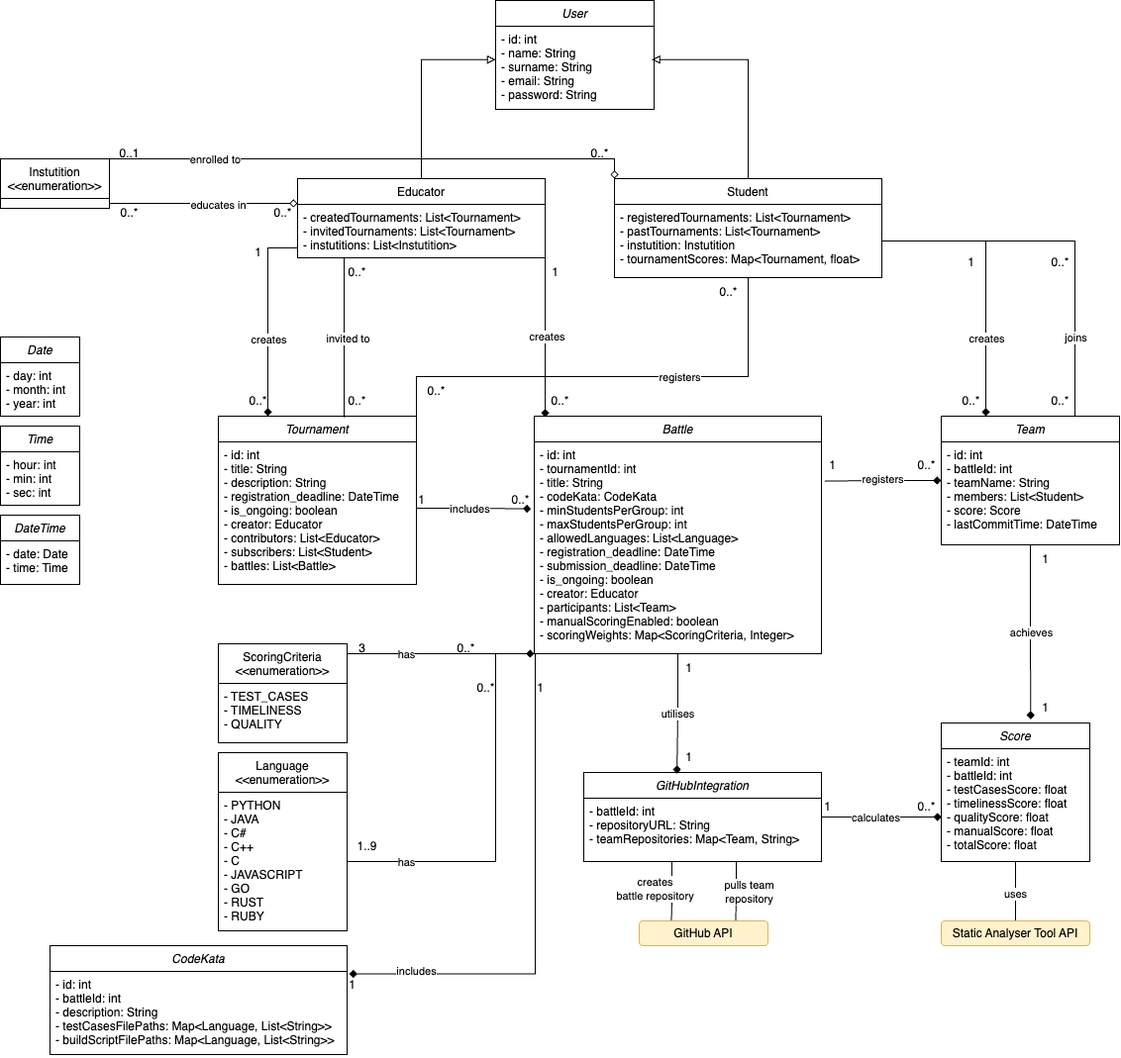
mehmetemreakbulut/AkbulutTopcuoglu keeps this draw.io diagram as RASD/Images/class-diagram.png. Above is the earlier version. Source tidied: cells renumbered, new cells last; positions are measured from the earlier drawing's top-left corner, leaving out a move shared by most shapes.
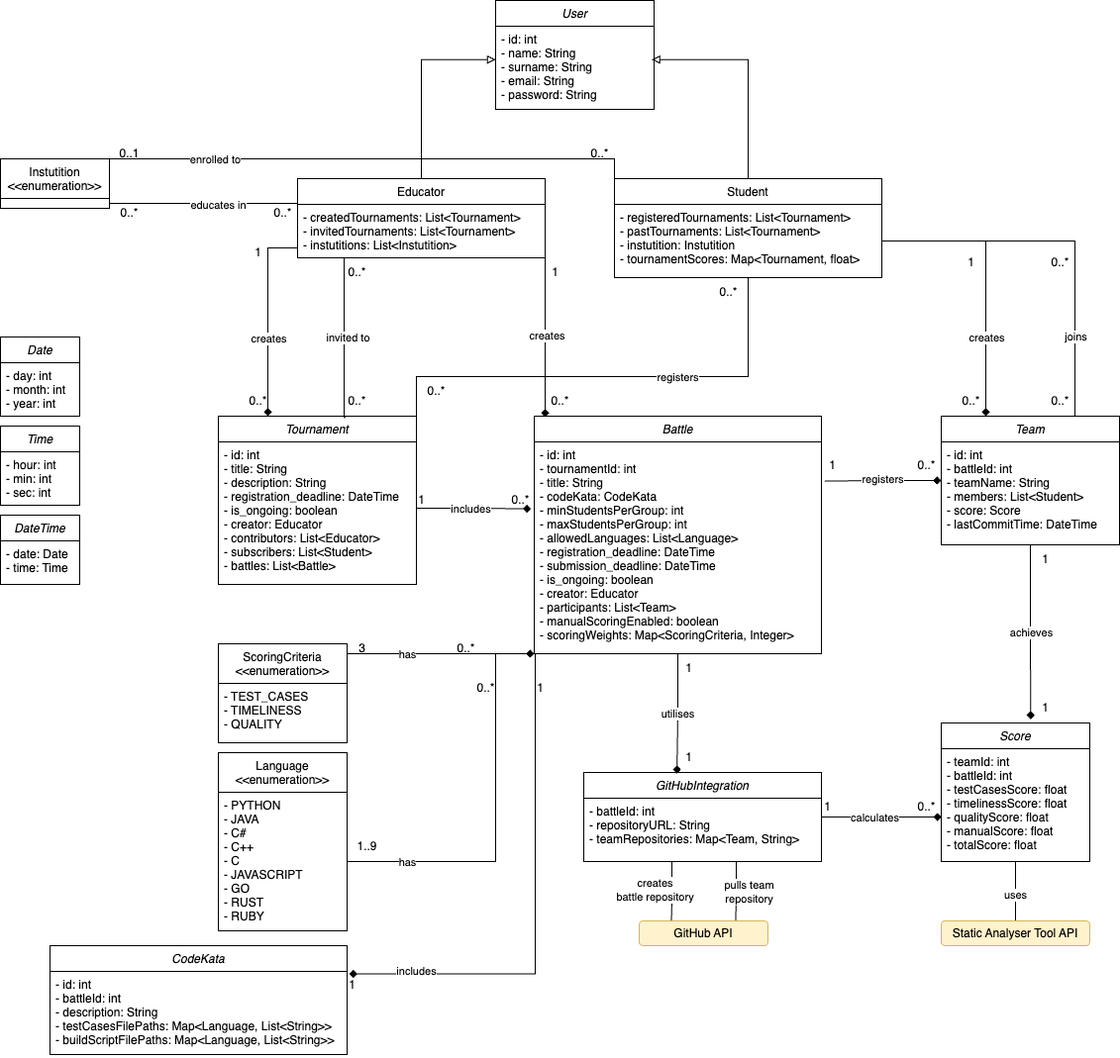
Later version of the same file.

Commit message:
domain class diagram - explanation of the classes are changed and updated

The edit, as a diff of the source:
```diff
@@ -26,7 +26,7 @@
         <mxPoint x="-4" y="4" as="offset" />
       </mxGeometry>
     </mxCell>
-    <mxCell id="8" style="edgeStyle=orthogonalEdgeStyle;rounded=0;jettySize=auto;html=1;entryX=1;entryY=0.5;entryDx=0;entryDy=0;endArrow=none;endFill=0;startArrow=diamond;startFill=0;" parent="1" edge="1" source="10" target="37">
+    <mxCell id="8" style="edgeStyle=orthogonalEdgeStyle;rounded=0;jettySize=auto;html=1;entryX=1;entryY=0.5;entryDx=0;entryDy=0;endArrow=none;endFill=0;startArrow=none;startFill=0;" parent="1" edge="1" source="10" target="37">
       <mxGeometry relative="1" as="geometry">
         <Array as="points">
           <mxPoint x="260" y="205" />
@@ -252,7 +252,7 @@
         <mxPoint x="49" y="3" as="offset" />
       </mxGeometry>
     </mxCell>
-    <mxCell id="63" style="edgeStyle=orthogonalEdgeStyle;rounded=0;jettySize=auto;html=1;entryX=1;entryY=0;entryDx=0;entryDy=0;endArrow=none;endFill=0;startArrow=diamond;startFill=0;exitX=0;exitY=0;exitDx=0;exitDy=0;" parent="1" edge="1" source="4" target="37">
+    <mxCell id="63" style="edgeStyle=orthogonalEdgeStyle;rounded=0;jettySize=auto;html=1;entryX=1;entryY=0;entryDx=0;entryDy=0;endArrow=none;endFill=0;startArrow=none;startFill=0;exitX=0;exitY=0;exitDx=0;exitDy=0;" parent="1" edge="1" source="4" target="37">
       <mxGeometry relative="1" as="geometry">
         <Array as="points">
           <mxPoint x="620" y="160" />
```
